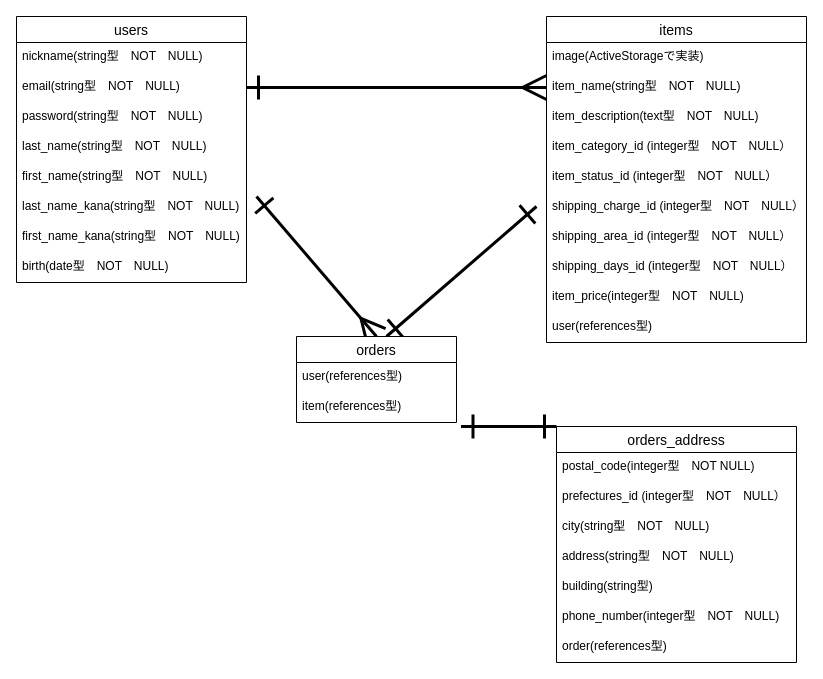
Earlier version of the draw.io diagram furima.dio (shuichi8112/furima-34017). Source tidied: cells renumbered, new cells numbered last; positions are measured from the earlier drawing's top-left corner, leaving out a move shared by most shapes. Both pictures are drawn from the tidied source at 100%, with x=0, y=0 at pixel (16, 16).
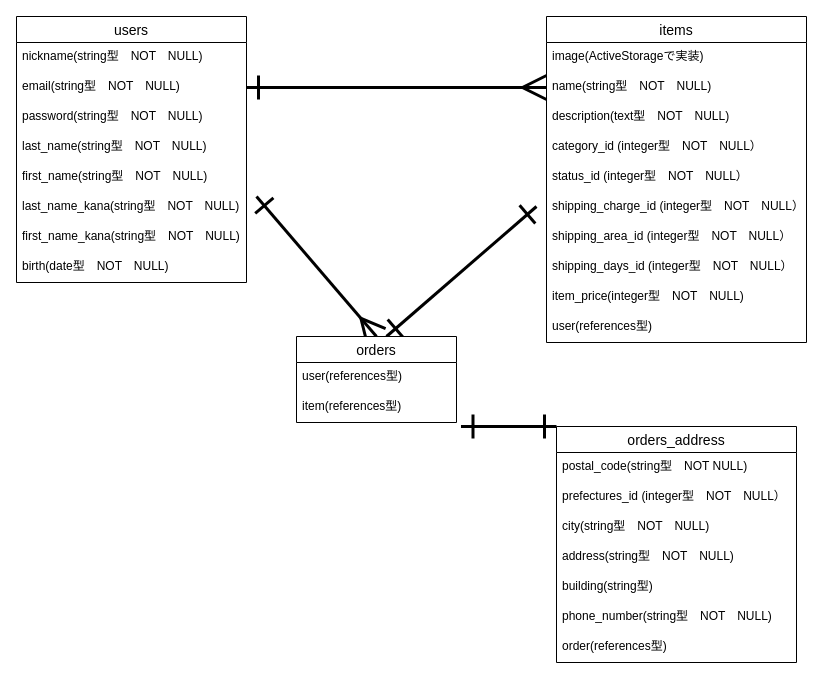
The same diagram, later.

Commit message (it also covers changes not shown here):
DB設計　指摘箇所修正3回目

The change refers to these unchanged cells:
```xml
<mxCell id="3" value="items" style="swimlane;fontStyle=0;horizontal=1;startSize=26;align=center;fontSize=14;" parent="1" vertex="1">
  <mxGeometry x="530" width="260" height="326" as="geometry" />
</mxCell>
<mxCell id="27" value="orders_address" style="swimlane;fontStyle=0;horizontal=1;startSize=26;align=center;fontSize=14;" parent="1" vertex="1">
  <mxGeometry x="540" y="410" width="240" height="236" as="geometry" />
</mxCell>
```

Change to the diagram source:
```diff
@@
-    <mxCell id="5" value="item_name(string型　NOT　NULL)" style="text;strokeColor=none;fillColor=none;spacingLeft=4;spacingRight=4;overflow=hidden;fontSize=12;" parent="3" vertex="1">
+    <mxCell id="5" value="name(string型　NOT　NULL)" style="text;strokeColor=none;fillColor=none;spacingLeft=4;spacingRight=4;overflow=hidden;fontSize=12;" parent="3" vertex="1">
       <mxGeometry y="56" width="260" height="30" as="geometry" />
     </mxCell>
-    <mxCell id="6" value="item_description(text型　NOT　NULL)" style="text;strokeColor=none;fillColor=none;spacingLeft=4;spacingRight=4;overflow=hidden;fontSize=12;" parent="3" vertex="1">
+    <mxCell id="6" value="description(text型　NOT　NULL)" style="text;strokeColor=none;fillColor=none;spacingLeft=4;spacingRight=4;overflow=hidden;fontSize=12;" parent="3" vertex="1">
       <mxGeometry y="86" width="260" height="30" as="geometry" />
     </mxCell>
-    <mxCell id="7" value="item_category_id (integer型　NOT　NULL）" style="text;strokeColor=none;fillColor=none;spacingLeft=4;spacingRight=4;overflow=hidden;fontSize=12;" parent="3" vertex="1">
+    <mxCell id="7" value="category_id (integer型　NOT　NULL）" style="text;strokeColor=none;fillColor=none;spacingLeft=4;spacingRight=4;overflow=hidden;fontSize=12;" parent="3" vertex="1">
       <mxGeometry y="116" width="260" height="30" as="geometry" />
     </mxCell>
-    <mxCell id="8" value="item_status_id (integer型　NOT　NULL）" style="text;strokeColor=none;fillColor=none;spacingLeft=4;spacingRight=4;overflow=hidden;fontSize=12;" parent="3" vertex="1">
+    <mxCell id="8" value="status_id (integer型　NOT　NULL）" style="text;strokeColor=none;fillColor=none;spacingLeft=4;spacingRight=4;overflow=hidden;fontSize=12;" parent="3" vertex="1">
       <mxGeometry y="146" width="260" height="30" as="geometry" />
     </mxCell>
@@
-    <mxCell id="28" value="postal_code(integer型　NOT NULL)" style="text;strokeColor=none;fillColor=none;spacingLeft=4;spacingRight=4;overflow=hidden;fontSize=12;" parent="27" vertex="1">
+    <mxCell id="28" value="postal_code(string型　NOT NULL)" style="text;strokeColor=none;fillColor=none;spacingLeft=4;spacingRight=4;overflow=hidden;fontSize=12;" parent="27" vertex="1">
       <mxGeometry y="26" width="240" height="30" as="geometry" />
     </mxCell>
@@
-    <mxCell id="33" value="phone_number(integer型　NOT　NULL)" style="text;strokeColor=none;fillColor=none;spacingLeft=4;spacingRight=4;overflow=hidden;fontSize=12;" parent="27" vertex="1">
+    <mxCell id="33" value="phone_number(string型　NOT　NULL)" style="text;strokeColor=none;fillColor=none;spacingLeft=4;spacingRight=4;overflow=hidden;fontSize=12;" parent="27" vertex="1">
       <mxGeometry y="176" width="240" height="30" as="geometry" />
     </mxCell>
```
